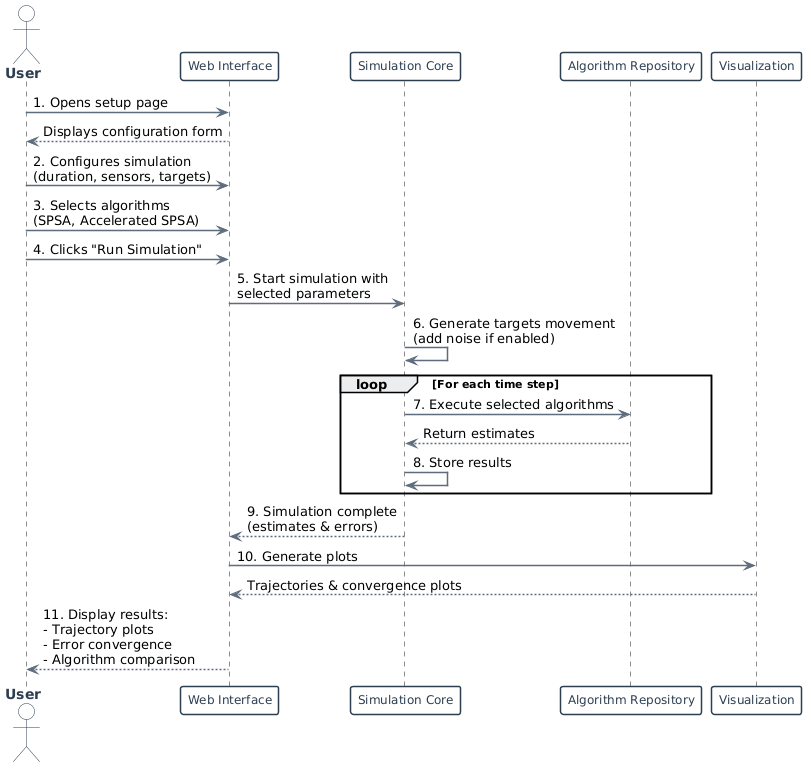
Earlier version of the PlantUML export use_case.png (Salvatore112/diploma_text). The source it was exported from:
```plantuml
@startuml
skinparam backgroundColor #FFFFFF
skinparam actor {
  BackgroundColor #FFFFFF
  BorderColor #2C3E50
  FontColor #2C3E50
  FontStyle bold
}
skinparam participant {
  BackgroundColor #FFFFFF
  BorderColor #2C3E50
  BorderThickness 1.5
  FontColor #2C3E50
  FontSize 12
}
skinparam arrow {
  Color #5D6D7E
  Thickness 1.5
}
skinparam sequenceMessage {
  FontColor #2C3E50
  FontSize 11
}

actor "User" as User

participant "Web Interface" as Web
participant "Simulation Core" as Core
participant "Algorithm Repository" as AlgoRepo
participant "Visualization" as Viz

User -> Web : 1. Opens setup page
Web --> User : Displays configuration form

User -> Web : 2. Configures simulation\n(duration, sensors, targets)
User -> Web : 3. Selects algorithms\n(SPSA, Accelerated SPSA)
User -> Web : 4. Clicks "Run Simulation"

Web -> Core : 5. Start simulation with\nselected parameters
Core -> Core : 6. Generate targets movement\n(add noise if enabled)

loop For each time step
    Core -> AlgoRepo : 7. Execute selected algorithms
    AlgoRepo --> Core : Return estimates
    Core -> Core : 8. Store results
end

Core --> Web : 9. Simulation complete\n(estimates & errors)

Web -> Viz : 10. Generate plots
Viz --> Web : Trajectories & convergence plots

Web --> User : 11. Display results:\n- Trajectory plots\n- Error convergence\n- Algorithm comparison
@enduml
```
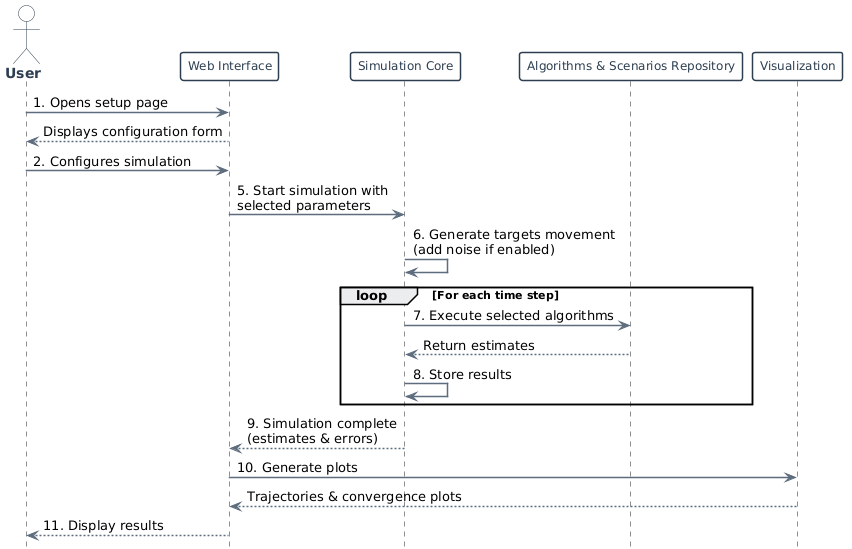
The same file after the commit.

What changed in the source:
```diff
@@ -1,11 +1,15 @@
 @startuml
+hide footbox
+
 skinparam backgroundColor #FFFFFF
+
 skinparam actor {
   BackgroundColor #FFFFFF
   BorderColor #2C3E50
   FontColor #2C3E50
   FontStyle bold
 }
+
 skinparam participant {
   BackgroundColor #FFFFFF
   BorderColor #2C3E50
@@ -13,10 +17,12 @@
   FontColor #2C3E50
   FontSize 12
 }
+
 skinparam arrow {
   Color #5D6D7E
   Thickness 1.5
 }
+
 skinparam sequenceMessage {
   FontColor #2C3E50
   FontSize 11
@@ -26,15 +32,13 @@
 
 participant "Web Interface" as Web
 participant "Simulation Core" as Core
-participant "Algorithm Repository" as AlgoRepo
+participant "Algorithms & Scenarios Repository" as AlgoRepo
 participant "Visualization" as Viz
 
 User -> Web : 1. Opens setup page
 Web --> User : Displays configuration form
 
-User -> Web : 2. Configures simulation\n(duration, sensors, targets)
-User -> Web : 3. Selects algorithms\n(SPSA, Accelerated SPSA)
-User -> Web : 4. Clicks "Run Simulation"
+User -> Web : 2. Configures simulation
 
 Web -> Core : 5. Start simulation with\nselected parameters
 Core -> Core : 6. Generate targets movement\n(add noise if enabled)
@@ -50,5 +54,5 @@
 Web -> Viz : 10. Generate plots
 Viz --> Web : Trajectories & convergence plots
 
-Web --> User : 11. Display results:\n- Trajectory plots\n- Error convergence\n- Algorithm comparison
+Web --> User : 11. Display results
 @enduml
```
